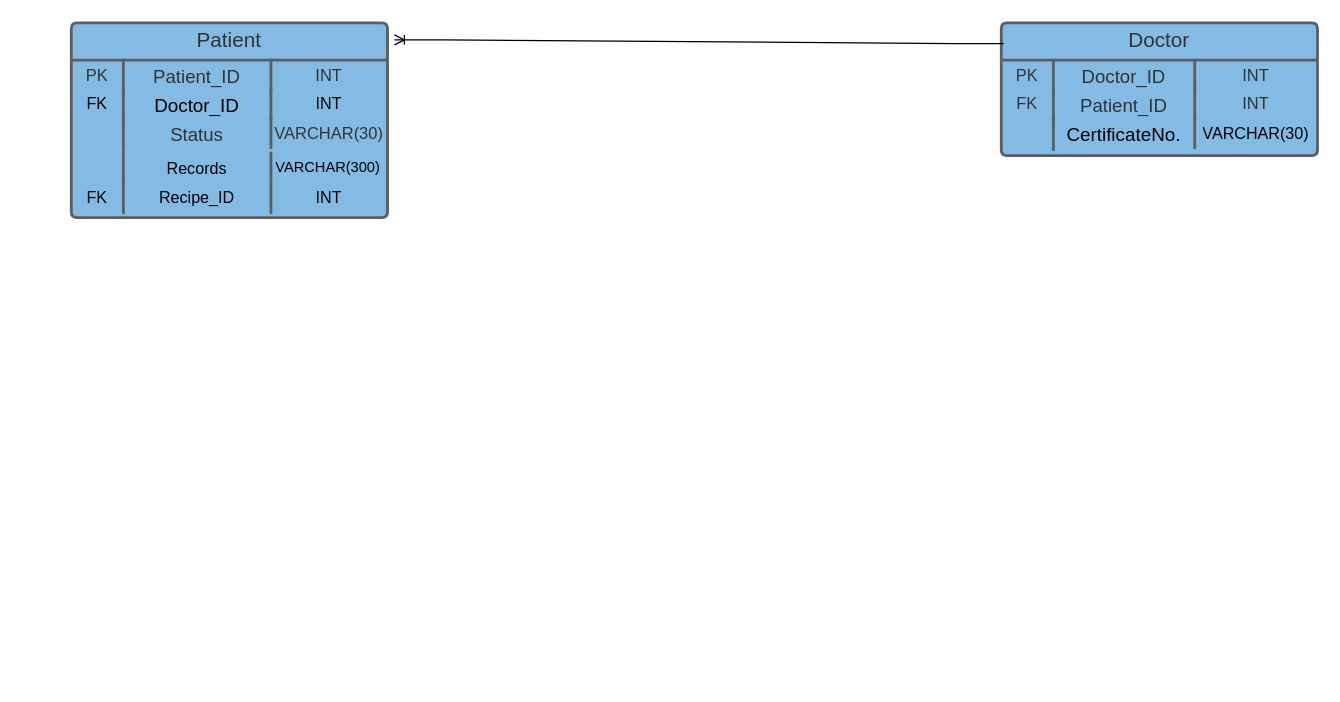
HostVital-IoT/BackEnd keeps this draw.io diagram as Untitled Diagram.drawio. Above is the earlier version. Source tidied: cells renumbered, new cells numbered last; positions are measured from the earlier drawing's top-left corner, leaving out a move shared by most shapes. Both pictures are drawn from the tidied source at 124%, with x=0, y=0 at pixel (71, 22).
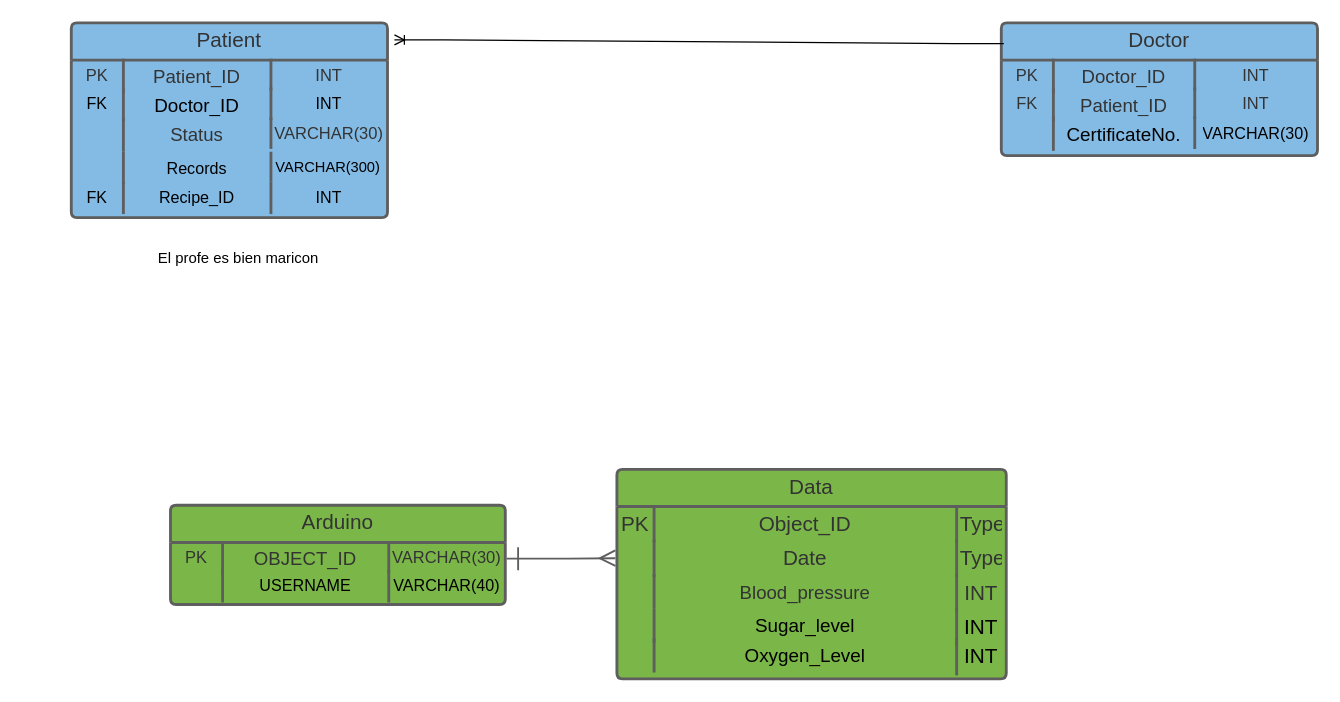
After the change.

Commit message:
Arduino chart

What changed in the source:
```diff
@@
+    <mxCell id="29" value="El profe es bien maricon" style="text;html=1;strokeColor=none;fillColor=none;align=center;verticalAlign=middle;whiteSpace=wrap;rounded=0;" parent="1" vertex="1">
+      <mxGeometry x="-40" y="60" width="350" height="260" as="geometry" />
+    </mxCell>
@@
+    <mxCell id="30" value="Arduino" style="html=1;overflow=block;blockSpacing=1;whiteSpace=wrap;swimlane;fontStyle=0;swimlaneFillColor=#7ab648;startSize=30;whiteSpace=wrap;fontSize=16.7;fontColor=#333333;align=center;fillColor=#7ab648;whiteSpace=wrap;spacing=0;strokeColor=#5e5e5e;strokeOpacity=100;fillOpacity=100;rounded=1;absoluteArcSize=1;arcSize=9;strokeWidth=2.3;" parent="1" vertex="1">
+      <mxGeometry x="80" y="389" width="270" height="80" as="geometry" />
+    </mxCell>
+    <mxCell id="31" value="PK" style="strokeColor=none;align=center;verticalAlign=top;spacingLeft=4;spacingRight=4;overflow=hidden;whiteSpace=wrap;swimlaneFillColor=#7ab648;whiteSpace=wrap;fontSize=13.3;fontColor=#333333;align=center;fillColor=none;strokeOpacity=100;fillOpacity=100;whiteSpace=wrap;spacing=0;rounded=1;absoluteArcSize=1;arcSize=9;strokeWidth=2.3;" parent="30" vertex="1">
+      <mxGeometry y="30" width="42" height="23.2" as="geometry" />
+    </mxCell>
+    <mxCell id="32" value="OBJECT_ID" style="shape=partialRectangle;top=0;right=0;bottom=0;align=left;verticalAlign=top;spacingLeft=4;spacingRight=4;overflow=hidden;whiteSpace=wrap;swimlaneFillColor=#7ab648;whiteSpace=wrap;fontSize=15;fontColor=#333333;align=center;fillColor=none;strokeOpacity=100;fillOpacity=100;whiteSpace=wrap;spacing=0;strokeColor=#5e5e5e;rounded=1;absoluteArcSize=1;arcSize=9;strokeWidth=2.3;" parent="30" vertex="1">
+      <mxGeometry x="42" y="30" width="134" height="25.5" as="geometry" />
+    </mxCell>
+    <mxCell id="33" value="VARCHAR(30)" style="shape=partialRectangle;top=0;right=0;bottom=0;align=left;verticalAlign=top;spacingLeft=4;spacingRight=4;overflow=hidden;whiteSpace=wrap;swimlaneFillColor=#7ab648;whiteSpace=wrap;fontSize=13.3;fontColor=#333333;align=center;fillColor=none;strokeOpacity=100;fillOpacity=100;whiteSpace=wrap;spacing=0;strokeColor=#5e5e5e;rounded=1;absoluteArcSize=1;arcSize=9;strokeWidth=2.3;" parent="30" vertex="1">
+      <mxGeometry x="176" y="30" width="94" height="23.2" as="geometry" />
+    </mxCell>
+    <mxCell id="34" style="strokeColor=none;align=center;verticalAlign=top;spacingLeft=4;spacingRight=4;overflow=hidden;whiteSpace=wrap;swimlaneFillColor=#7ab648;whiteSpace=wrap;fontSize=13;fillColor=none;strokeOpacity=100;fillOpacity=100;whiteSpace=wrap;spacing=0;rounded=1;absoluteArcSize=1;arcSize=9;strokeWidth=2.3;" parent="30" vertex="1">
+      <mxGeometry y="53.2" width="42" height="24" as="geometry" />
+    </mxCell>
+    <mxCell id="35" value="USERNAME" style="shape=partialRectangle;top=0;right=0;bottom=0;align=left;verticalAlign=top;spacingLeft=4;spacingRight=4;overflow=hidden;whiteSpace=wrap;swimlaneFillColor=#7ab648;whiteSpace=wrap;fontSize=13;align=center;fillColor=none;strokeOpacity=100;fillOpacity=100;whiteSpace=wrap;spacing=0;strokeColor=#5e5e5e;rounded=1;absoluteArcSize=1;arcSize=9;strokeWidth=2.3;" parent="30" vertex="1">
+      <mxGeometry x="42" y="53.2" width="134" height="24" as="geometry" />
+    </mxCell>
+    <mxCell id="36" value="VARCHAR(40)" style="shape=partialRectangle;top=0;right=0;bottom=0;align=left;verticalAlign=top;spacingLeft=4;spacingRight=4;overflow=hidden;whiteSpace=wrap;swimlaneFillColor=#7ab648;whiteSpace=wrap;fontSize=13;align=center;fillColor=none;strokeOpacity=100;fillOpacity=100;whiteSpace=wrap;spacing=0;strokeColor=#5e5e5e;rounded=1;absoluteArcSize=1;arcSize=9;strokeWidth=2.3;" parent="30" vertex="1">
+      <mxGeometry x="176" y="53.2" width="94" height="24" as="geometry" />
+    </mxCell>
+    <mxCell id="37" value="Data" style="html=1;overflow=block;blockSpacing=1;whiteSpace=wrap;swimlane;fontStyle=0;swimlaneFillColor=#7ab648;startSize=30;whiteSpace=wrap;fontSize=16.7;fontColor=#333333;align=center;fillColor=#7ab648;whiteSpace=wrap;spacing=0;strokeColor=#5e5e5e;strokeOpacity=100;fillOpacity=100;rounded=1;absoluteArcSize=1;arcSize=9;strokeWidth=2.3;" parent="1" vertex="1">
+      <mxGeometry x="440" y="360" width="314" height="169" as="geometry" />
+    </mxCell>
+    <mxCell id="38" value="PK" style="strokeColor=none;align=center;verticalAlign=top;spacingLeft=4;spacingRight=4;overflow=hidden;whiteSpace=wrap;swimlaneFillColor=#7ab648;whiteSpace=wrap;fontSize=16.7;fontColor=#333333;align=center;fillColor=none;strokeOpacity=100;fillOpacity=100;whiteSpace=wrap;spacing=0;rounded=1;absoluteArcSize=1;arcSize=9;strokeWidth=2.3;" parent="37" vertex="1">
+      <mxGeometry y="30" width="30" height="27.8" as="geometry" />
+    </mxCell>
+    <mxCell id="39" value="Object_ID" style="shape=partialRectangle;top=0;right=0;bottom=0;align=left;verticalAlign=top;spacingLeft=4;spacingRight=4;overflow=hidden;whiteSpace=wrap;swimlaneFillColor=#7ab648;whiteSpace=wrap;fontSize=16.7;fontColor=#333333;align=center;fillColor=none;strokeOpacity=100;fillOpacity=100;whiteSpace=wrap;spacing=0;strokeColor=#5e5e5e;rounded=1;absoluteArcSize=1;arcSize=9;strokeWidth=2.3;" parent="37" vertex="1">
+      <mxGeometry x="30" y="30" width="244" height="27.8" as="geometry" />
+    </mxCell>
+    <mxCell id="40" value="Type" style="shape=partialRectangle;top=0;right=0;bottom=0;align=left;verticalAlign=top;spacingLeft=4;spacingRight=4;overflow=hidden;whiteSpace=wrap;swimlaneFillColor=#7ab648;whiteSpace=wrap;fontSize=16.7;fontColor=#333333;align=center;fillColor=none;strokeOpacity=100;fillOpacity=100;whiteSpace=wrap;spacing=0;strokeColor=#5e5e5e;rounded=1;absoluteArcSize=1;arcSize=9;strokeWidth=2.3;" parent="37" vertex="1">
+      <mxGeometry x="274" y="30" width="40" height="27.8" as="geometry" />
+    </mxCell>
+    <mxCell id="41" style="strokeColor=none;align=center;verticalAlign=top;spacingLeft=4;spacingRight=4;overflow=hidden;whiteSpace=wrap;swimlaneFillColor=#7ab648;whiteSpace=wrap;fontSize=13;align=center;fillColor=none;strokeOpacity=100;fillOpacity=100;whiteSpace=wrap;spacing=0;rounded=1;absoluteArcSize=1;arcSize=9;strokeWidth=2.3;" parent="37" vertex="1">
+      <mxGeometry y="57.8" width="30" height="27.8" as="geometry" />
+    </mxCell>
+    <mxCell id="42" value="Date" style="shape=partialRectangle;top=0;right=0;bottom=0;align=left;verticalAlign=top;spacingLeft=4;spacingRight=4;overflow=hidden;whiteSpace=wrap;swimlaneFillColor=#7ab648;whiteSpace=wrap;fontSize=16.7;fontColor=#333333;align=center;fillColor=none;strokeOpacity=100;fillOpacity=100;whiteSpace=wrap;spacing=0;strokeColor=#5e5e5e;rounded=1;absoluteArcSize=1;arcSize=9;strokeWidth=2.3;" parent="37" vertex="1">
+      <mxGeometry x="30" y="57.8" width="244" height="27.8" as="geometry" />
+    </mxCell>
+    <mxCell id="43" value="Type" style="shape=partialRectangle;top=0;right=0;bottom=0;align=left;verticalAlign=top;spacingLeft=4;spacingRight=4;overflow=hidden;whiteSpace=wrap;swimlaneFillColor=#7ab648;whiteSpace=wrap;fontSize=16.7;fontColor=#333333;align=center;fillColor=none;strokeOpacity=100;fillOpacity=100;whiteSpace=wrap;spacing=0;strokeColor=#5e5e5e;rounded=1;absoluteArcSize=1;arcSize=9;strokeWidth=2.3;" parent="37" vertex="1">
+      <mxGeometry x="274" y="57.8" width="40" height="27.8" as="geometry" />
+    </mxCell>
+    <mxCell id="44" style="strokeColor=none;align=center;verticalAlign=top;spacingLeft=4;spacingRight=4;overflow=hidden;whiteSpace=wrap;swimlaneFillColor=#7ab648;whiteSpace=wrap;fontSize=13;align=center;fillColor=none;strokeOpacity=100;fillOpacity=100;whiteSpace=wrap;spacing=0;rounded=1;absoluteArcSize=1;arcSize=9;strokeWidth=2.3;" parent="37" vertex="1">
+      <mxGeometry y="85.5" width="30" height="27.8" as="geometry" />
+    </mxCell>
+    <mxCell id="45" value="Blood_pressure" style="shape=partialRectangle;top=0;right=0;bottom=0;align=left;verticalAlign=top;spacingLeft=4;spacingRight=4;overflow=hidden;whiteSpace=wrap;swimlaneFillColor=#7ab648;whiteSpace=wrap;fontSize=15;fontColor=#333333;align=center;fillColor=none;strokeOpacity=100;fillOpacity=100;whiteSpace=wrap;spacing=0;strokeColor=#5e5e5e;rounded=1;absoluteArcSize=1;arcSize=9;strokeWidth=2.3;" parent="37" vertex="1">
+      <mxGeometry x="30" y="85.5" width="244" height="25.5" as="geometry" />
+    </mxCell>
+    <mxCell id="46" value="INT" style="shape=partialRectangle;top=0;right=0;bottom=0;align=left;verticalAlign=top;spacingLeft=4;spacingRight=4;overflow=hidden;whiteSpace=wrap;swimlaneFillColor=#7ab648;whiteSpace=wrap;fontSize=16.7;fontColor=#333333;align=center;fillColor=none;strokeOpacity=100;fillOpacity=100;whiteSpace=wrap;spacing=0;strokeColor=#5e5e5e;rounded=1;absoluteArcSize=1;arcSize=9;strokeWidth=2.3;" parent="37" vertex="1">
+      <mxGeometry x="274" y="85.5" width="40" height="27.8" as="geometry" />
+    </mxCell>
+    <mxCell id="47" style="strokeColor=none;align=center;verticalAlign=top;spacingLeft=4;spacingRight=4;overflow=hidden;whiteSpace=wrap;swimlaneFillColor=#7ab648;whiteSpace=wrap;fontSize=13;fillColor=none;strokeOpacity=100;fillOpacity=100;whiteSpace=wrap;spacing=0;rounded=1;absoluteArcSize=1;arcSize=9;strokeWidth=2.3;" parent="37" vertex="1">
+      <mxGeometry y="113.2" width="30" height="24" as="geometry" />
+    </mxCell>
+    <mxCell id="48" value="Sugar_level" style="shape=partialRectangle;top=0;right=0;bottom=0;align=left;verticalAlign=top;spacingLeft=4;spacingRight=4;overflow=hidden;whiteSpace=wrap;swimlaneFillColor=#7ab648;whiteSpace=wrap;fontSize=15.2;align=center;fillColor=none;strokeOpacity=100;fillOpacity=100;whiteSpace=wrap;spacing=0;strokeColor=#5e5e5e;rounded=1;absoluteArcSize=1;arcSize=9;strokeWidth=2.3;" parent="37" vertex="1">
+      <mxGeometry x="30" y="113.2" width="244" height="25.5" as="geometry" />
+    </mxCell>
+    <mxCell id="49" value="INT" style="shape=partialRectangle;top=0;right=0;bottom=0;align=left;verticalAlign=top;spacingLeft=4;spacingRight=4;overflow=hidden;whiteSpace=wrap;swimlaneFillColor=#7ab648;whiteSpace=wrap;fontSize=16.8;align=center;fillColor=none;strokeOpacity=100;fillOpacity=100;whiteSpace=wrap;spacing=0;strokeColor=#5e5e5e;rounded=1;absoluteArcSize=1;arcSize=9;strokeWidth=2.3;" parent="37" vertex="1">
+      <mxGeometry x="274" y="113.2" width="40" height="27.8" as="geometry" />
+    </mxCell>
+    <mxCell id="50" style="strokeColor=none;align=center;verticalAlign=top;spacingLeft=4;spacingRight=4;overflow=hidden;whiteSpace=wrap;swimlaneFillColor=#7ab648;whiteSpace=wrap;fontSize=13;fillColor=none;strokeOpacity=100;fillOpacity=100;whiteSpace=wrap;spacing=0;rounded=1;absoluteArcSize=1;arcSize=9;strokeWidth=2.3;" parent="37" vertex="1">
+      <mxGeometry y="137.2" width="30" height="24" as="geometry" />
+    </mxCell>
+    <mxCell id="51" value="Oxygen_Level" style="shape=partialRectangle;top=0;right=0;bottom=0;align=left;verticalAlign=top;spacingLeft=4;spacingRight=4;overflow=hidden;whiteSpace=wrap;swimlaneFillColor=#7ab648;whiteSpace=wrap;fontSize=15.2;align=center;fillColor=none;strokeOpacity=100;fillOpacity=100;whiteSpace=wrap;spacing=0;strokeColor=#5e5e5e;rounded=1;absoluteArcSize=1;arcSize=9;strokeWidth=2.3;" parent="37" vertex="1">
+      <mxGeometry x="30" y="137.2" width="244" height="25.5" as="geometry" />
+    </mxCell>
+    <mxCell id="52" value="INT" style="shape=partialRectangle;top=0;right=0;bottom=0;align=left;verticalAlign=top;spacingLeft=4;spacingRight=4;overflow=hidden;whiteSpace=wrap;swimlaneFillColor=#7ab648;whiteSpace=wrap;fontSize=16.8;align=center;fillColor=none;strokeOpacity=100;fillOpacity=100;whiteSpace=wrap;spacing=0;strokeColor=#5e5e5e;rounded=1;absoluteArcSize=1;arcSize=9;strokeWidth=2.3;" parent="37" vertex="1">
+      <mxGeometry x="274" y="137.2" width="40" height="27.8" as="geometry" />
+    </mxCell>
+    <mxCell id="53" style="html=1;jettySize=18;whiteSpace=wrap;fontSize=13;strokeColor=#5E5E5E;strokeWidth=1.5;rounded=1;arcSize=12;edgeStyle=orthogonalEdgeStyle;startArrow=ERone;startSize=16;endArrow=ERmany;endSize=10;exitX=1.004;exitY=0.538;exitPerimeter=0;entryX=-0.004;entryY=0.424;entryPerimeter=0;" parent="1" edge="1" source="30" target="37">
+      <mxGeometry relative="1" as="geometry" />
+    </mxCell>
```
